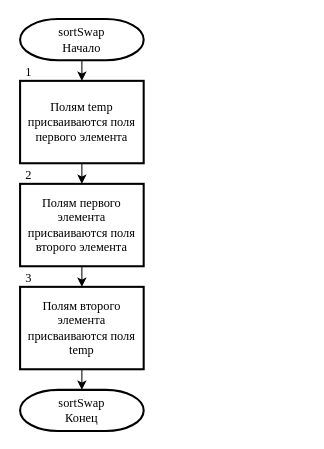
The draw.io diagram page "Подфункция сортировки" (6 of 12) of Структурные схемы для КП.drawio in noidoRG/my-draw.io, before the edit. Source tidied: cells renumbered, new cells numbered last; positions are measured from the earlier drawing's top-left corner, leaving out a move shared by most shapes. Both pictures are drawn from the tidied source at 103%, with x=0, y=0 at pixel (18, 19).
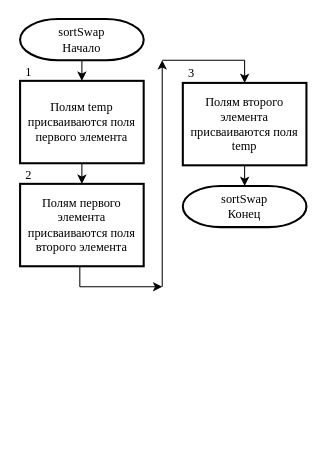
Above is the later version.

Unchanged cells that the change refers to:
```xml
<mxCell id="6" value="Полям первого элемента присваиваются поля второго элемента" style="rounded=0;whiteSpace=wrap;html=1;strokeWidth=2;fontFamily=Times New Roman;" parent="1" vertex="1">
  <mxGeometry x="2" y="160" width="120" height="80" as="geometry" />
</mxCell>
```

The edit, as a diff of the source:
```diff
@@
-    <mxCell id="5" style="edgeStyle=orthogonalEdgeStyle;rounded=0;jettySize=auto;html=1;exitX=0.5;exitY=1;exitDx=0;exitDy=0;entryX=0.5;entryY=0;entryDx=0;entryDy=0;fontFamily=Times New Roman;" parent="1" edge="1" source="6" target="8">
-      <mxGeometry relative="1" as="geometry" />
-    </mxCell>
@@
     <mxCell id="8" value="Полям второго элемента присваиваются поля temp" style="rounded=0;whiteSpace=wrap;html=1;strokeWidth=2;fontFamily=Times New Roman;" parent="1" vertex="1">
-      <mxGeometry x="2" y="260" width="120" height="80" as="geometry" />
+      <mxGeometry x="160" y="62" width="120" height="80" as="geometry" />
     </mxCell>
     <mxCell id="9" value="sortSwap&lt;br&gt;Конец" style="strokeWidth=2;html=1;shape=mxgraph.flowchart.terminator;whiteSpace=wrap;fontFamily=Times New Roman;" parent="1" vertex="1">
-      <mxGeometry x="2" y="360" width="120" height="40" as="geometry" />
+      <mxGeometry x="160" y="162" width="120" height="40" as="geometry" />
     </mxCell>
@@
     <mxCell id="13" value="3" style="text;html=1;align=center;verticalAlign=middle;strokeColor=none;fillColor=none;fontFamily=Times New Roman;" parent="1" vertex="1">
-      <mxGeometry y="242" width="20" height="20" as="geometry" />
+      <mxGeometry x="158" y="43" width="20" height="20" as="geometry" />
     </mxCell>
+    <mxCell id="14" style="endArrow=none;html=1;rounded=0;fontFamily=Times New Roman;" parent="1" edge="1">
+      <mxGeometry relative="1" as="geometry">
+        <mxPoint x="60" y="260" as="sourcePoint" />
+        <mxPoint x="60" y="240" as="targetPoint" />
+      </mxGeometry>
+    </mxCell>
+    <mxCell id="15" style="endArrow=classic;html=1;rounded=0;fontFamily=Times New Roman;" parent="1" edge="1">
+      <mxGeometry relative="1" as="geometry">
+        <mxPoint x="60" y="260" as="sourcePoint" />
+        <mxPoint x="140" y="260" as="targetPoint" />
+      </mxGeometry>
+    </mxCell>
+    <mxCell id="16" style="endArrow=classic;html=1;rounded=0;fontFamily=Times New Roman;" parent="1" edge="1">
+      <mxGeometry relative="1" as="geometry">
+        <mxPoint x="140" y="260" as="sourcePoint" />
+        <mxPoint x="140" y="40" as="targetPoint" />
+      </mxGeometry>
+    </mxCell>
+    <mxCell id="17" style="endArrow=none;html=1;fontFamily=Times New Roman;fontSize=11;fontColor=rgb(0, 0, 0);align=center;strokeColor=rgb(0, 0, 0);" parent="1" edge="1">
+      <mxGeometry relative="1" as="geometry">
+        <mxPoint x="140" y="40" as="sourcePoint" />
+        <mxPoint x="220" y="40" as="targetPoint" />
+      </mxGeometry>
+    </mxCell>
+    <mxCell id="18" style="endArrow=classic;html=1;rounded=0;fontFamily=Times New Roman;entryX=0.5;entryY=0;entryDx=0;entryDy=0;" parent="1" edge="1" target="8">
+      <mxGeometry relative="1" as="geometry">
+        <mxPoint x="220" y="40" as="sourcePoint" />
+      </mxGeometry>
+    </mxCell>
```
